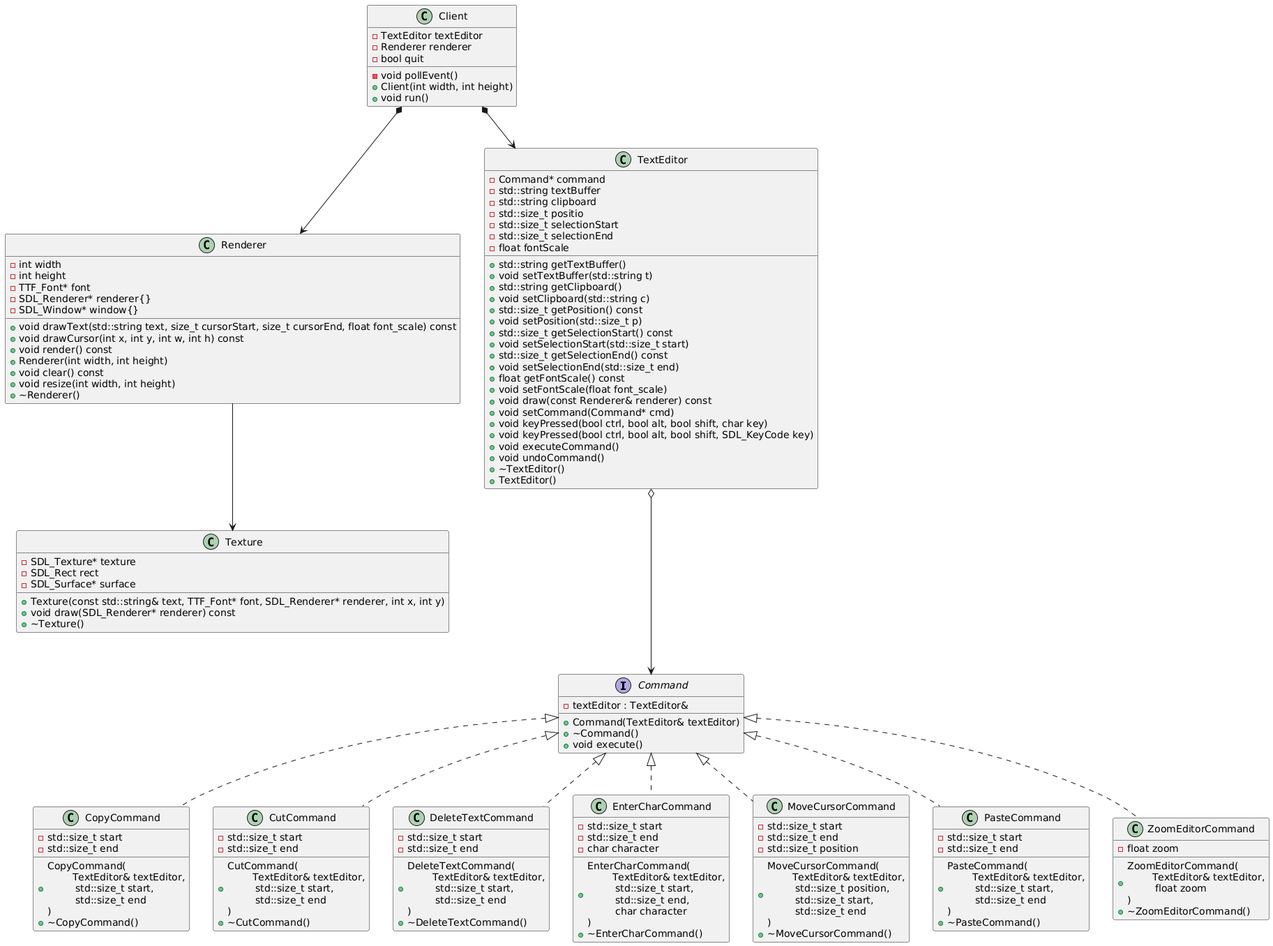
Earlier version of the PlantUML export resources/V1/diagramme-classes/diagramme-classes.png (AquaBx/text-editor). Source of this version:
```plantuml
@startuml
interface Command {
    - textEditor : TextEditor&
    + Command(TextEditor& textEditor)
    + ~Command()
    + void execute()
}

class CopyCommand {
    - std::size_t start
    - std::size_t end
    + CopyCommand(\n\tTextEditor& textEditor,\n\t std::size_t start,\n\t std::size_t end\n)
    + ~CopyCommand()
}

class CutCommand {
    - std::size_t start
    - std::size_t end
    + CutCommand(\n\tTextEditor& textEditor,\n\t std::size_t start,\n\t std::size_t end\n)
    + ~CutCommand()
}

class DeleteTextCommand {
    - std::size_t start
    - std::size_t end
    + DeleteTextCommand(\n\tTextEditor& textEditor,\n\t std::size_t start,\n\t std::size_t end\n)
    + ~DeleteTextCommand()
}

class EnterCharCommand {
    - std::size_t start
    - std::size_t end
    - char character
    + EnterCharCommand(\n\tTextEditor& textEditor,\n\t std::size_t start,\n\t std::size_t end,\n\t char character\n)
    + ~EnterCharCommand()
}

class MoveCursorCommand {
    - std::size_t start
    - std::size_t end
    - std::size_t position
    + MoveCursorCommand(\n\tTextEditor& textEditor,\n\t std::size_t position,\n\t std::size_t start,\n\t std::size_t end\n)
    + ~MoveCursorCommand()
}

class PasteCommand {
    - std::size_t start
    - std::size_t end
    + PasteCommand(\n\tTextEditor& textEditor,\n\t std::size_t start,\n\t std::size_t end\n)
    + ~PasteCommand()
}

class ZoomEditorCommand {
    - float zoom
    + ZoomEditorCommand(\n\tTextEditor& textEditor,\n\t float zoom\n)
    + ~ZoomEditorCommand()
}

class Client {
   - TextEditor textEditor
   - Renderer renderer
   - bool quit
   - void pollEvent()
   + Client(int width, int height)
   + void run()
}

class Renderer {
    - int width
    - int height
    - TTF_Font* font
    - SDL_Renderer* renderer{}
    - SDL_Window* window{}
    + void drawText(std::string text, size_t cursorStart, size_t cursorEnd, float font_scale) const
    + void drawCursor(int x, int y, int w, int h) const
    + void render() const
    + Renderer(int width, int height)
    + void clear() const
    + void resize(int width, int height)
    + ~Renderer()
}

class TextEditor {
    - Command* command
    - std::string textBuffer
    - std::string clipboard
    - std::size_t positio
    - std::size_t selectionStart
    - std::size_t selectionEnd
    - float fontScale
    + std::string getTextBuffer()
    + void setTextBuffer(std::string t)
    + std::string getClipboard()
    + void setClipboard(std::string c)
    + std::size_t getPosition() const
    + void setPosition(std::size_t p)
    + std::size_t getSelectionStart() const
    + void setSelectionStart(std::size_t start)
    + std::size_t getSelectionEnd() const
    + void setSelectionEnd(std::size_t end)
    + float getFontScale() const
    + void setFontScale(float font_scale)
    + void draw(const Renderer& renderer) const
    + void setCommand(Command* cmd)
    + void keyPressed(bool ctrl, bool alt, bool shift, char key)
    + void keyPressed(bool ctrl, bool alt, bool shift, SDL_KeyCode key)
    + void executeCommand()
    + void undoCommand()
    + ~TextEditor()
    + TextEditor()
}

class Texture {
    - SDL_Texture* texture
    - SDL_Rect rect
    - SDL_Surface* surface
    + Texture(const std::string& text, TTF_Font* font, SDL_Renderer* renderer, int x, int y)
    + void draw(SDL_Renderer* renderer) const
    + ~Texture()
}

Command <|.. MoveCursorCommand
Command <|.. EnterCharCommand
Command <|.. DeleteTextCommand
Command <|.. CopyCommand
Command <|.. PasteCommand
Command <|.. CutCommand
Command <|.. ZoomEditorCommand

Client *--> TextEditor
TextEditor o---> Command
Renderer --> Texture
Client *--> Renderer
@enduml
```
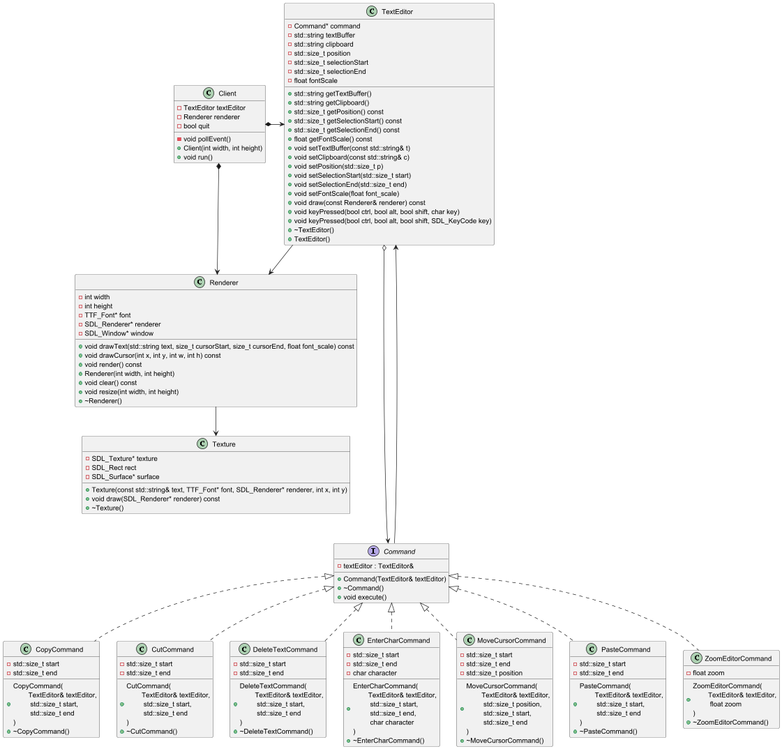
After the change.

What changed in the source:
```diff
@@ -1,4 +1,4 @@
-@startuml
+@startuml diagramme-classes
 interface Command {
     - textEditor : TextEditor&
     + Command(TextEditor& textEditor)
@@ -69,8 +69,8 @@
     - int width
     - int height
     - TTF_Font* font
-    - SDL_Renderer* renderer{}
-    - SDL_Window* window{}
+    - SDL_Renderer* renderer
+    - SDL_Window* window
     + void drawText(std::string text, size_t cursorStart, size_t cursorEnd, float font_scale) const
     + void drawCursor(int x, int y, int w, int h) const
     + void render() const
@@ -84,28 +84,25 @@
     - Command* command
     - std::string textBuffer
     - std::string clipboard
-    - std::size_t positio
+    - std::size_t position
     - std::size_t selectionStart
     - std::size_t selectionEnd
     - float fontScale
     + std::string getTextBuffer()
-    + void setTextBuffer(std::string t)
     + std::string getClipboard()
-    + void setClipboard(std::string c)
     + std::size_t getPosition() const
+    + std::size_t getSelectionStart() const
+    + std::size_t getSelectionEnd() const
+    + float getFontScale() const
+    + void setTextBuffer(const std::string& t)
+    + void setClipboard(const std::string& c)
     + void setPosition(std::size_t p)
-    + std::size_t getSelectionStart() const
     + void setSelectionStart(std::size_t start)
-    + std::size_t getSelectionEnd() const
     + void setSelectionEnd(std::size_t end)
-    + float getFontScale() const
     + void setFontScale(float font_scale)
     + void draw(const Renderer& renderer) const
-    + void setCommand(Command* cmd)
     + void keyPressed(bool ctrl, bool alt, bool shift, char key)
     + void keyPressed(bool ctrl, bool alt, bool shift, SDL_KeyCode key)
-    + void executeCommand()
-    + void undoCommand()
     + ~TextEditor()
     + TextEditor()
 }
@@ -127,8 +124,11 @@
 Command <|.. CutCommand
 Command <|.. ZoomEditorCommand
 
-Client *--> TextEditor
-TextEditor o---> Command
+Client *-> TextEditor
+TextEditor o----> Command
+TextEditor <-- Command
+TextEditor --> Renderer
+
 Renderer --> Texture
-Client *--> Renderer
+Client *-> Renderer
 @enduml
```
